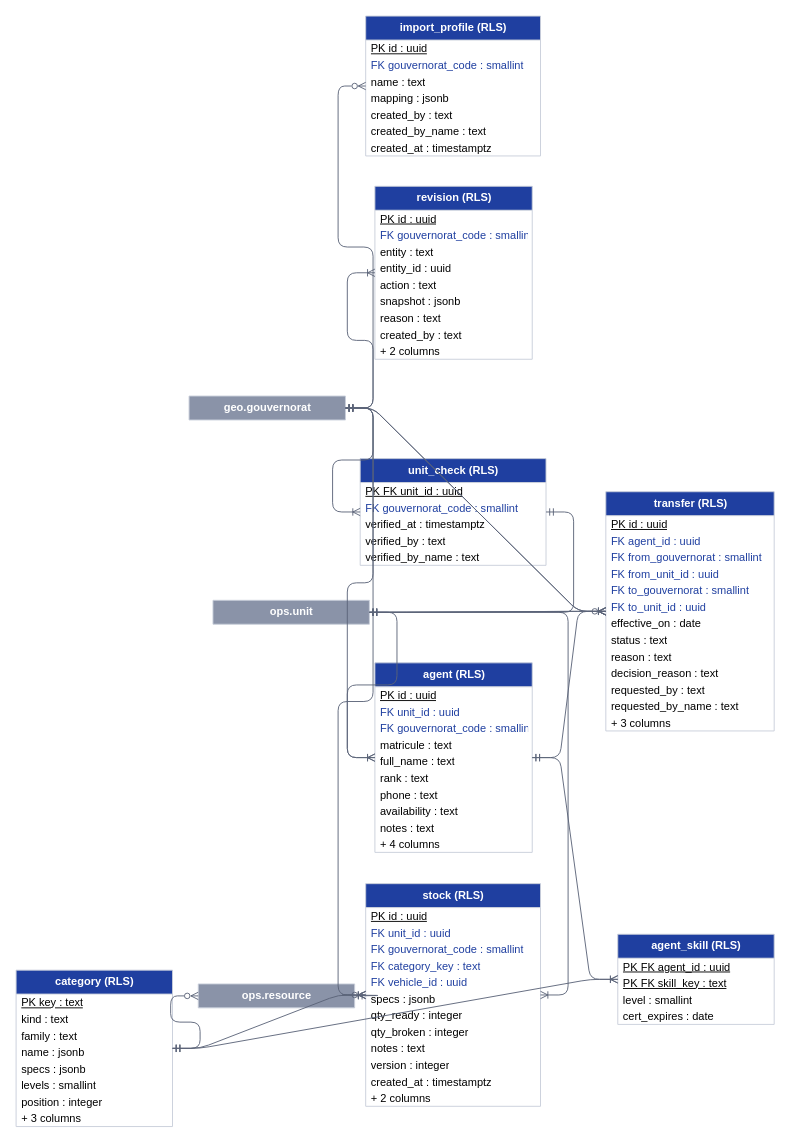
Before: page "inv" (19 of 38) of docs/data-model/e-Himaya_Database.drawio in mouhabouk/E-HIMAYA, a draw.io diagram. Source tidied: cells renumbered, new cells numbered last; positions are measured from the earlier drawing's top-left corner, leaving out a move shared by most shapes. Both pictures are drawn from the tidied source at 92%, with x=0, y=0 at pixel (16, 16).
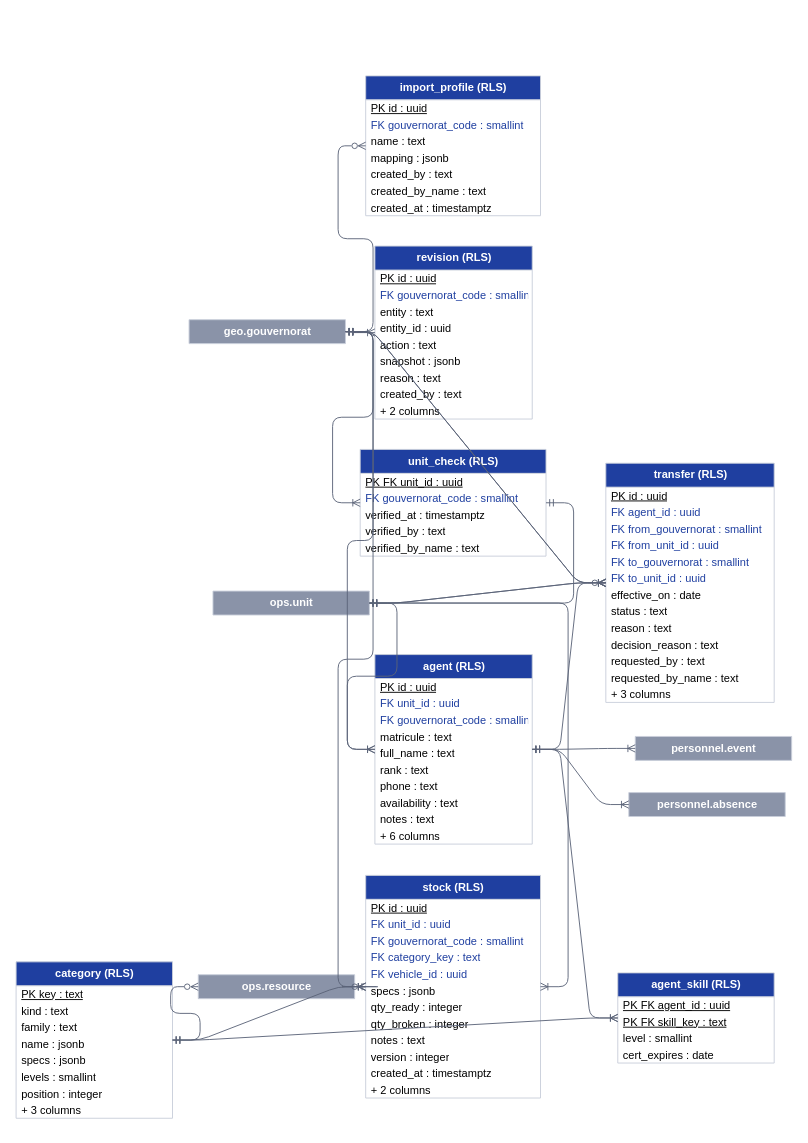
The same diagram, later.

The edit, as a diff of the source:
```diff
@@
     <mxCell id="2" value="agent (RLS)" style="swimlane;fontStyle=1;horizontal=1;startSize=26;html=1;fillColor=#1F3FA0;fontColor=#FFFFFF;strokeColor=#C9CEDA;swimlaneFillColor=#FFFFFF;" parent="1" vertex="1">
-      <mxGeometry x="390" y="703" width="171" height="206" as="geometry" />
+      <mxGeometry x="390" y="694" width="171" height="206" as="geometry" />
     </mxCell>
@@
-    <mxCell id="12" value="+ 4 columns" style="text;strokeColor=none;fillColor=none;align=left;verticalAlign=middle;spacingLeft=4;spacingRight=4;overflow=hidden;html=1;" parent="2" vertex="1">
+    <mxCell id="12" value="+ 6 columns" style="text;strokeColor=none;fillColor=none;align=left;verticalAlign=middle;spacingLeft=4;spacingRight=4;overflow=hidden;html=1;" parent="2" vertex="1">
       <mxGeometry y="188" width="171" height="18" as="geometry" />
     </mxCell>
     <mxCell id="13" value="agent_skill (RLS)" style="swimlane;fontStyle=1;horizontal=1;startSize=26;html=1;fillColor=#1F3FA0;fontColor=#FFFFFF;strokeColor=#C9CEDA;swimlaneFillColor=#FFFFFF;" parent="1" vertex="1">
-      <mxGeometry x="654" y="998" width="170" height="98" as="geometry" />
+      <mxGeometry x="654" y="1040" width="170" height="98" as="geometry" />
     </mxCell>
@@
     <mxCell id="18" value="category (RLS)" style="swimlane;fontStyle=1;horizontal=1;startSize=26;html=1;fillColor=#1F3FA0;fontColor=#FFFFFF;strokeColor=#C9CEDA;swimlaneFillColor=#FFFFFF;" parent="1" vertex="1">
-      <mxGeometry y="1037" width="170" height="170" as="geometry" />
+      <mxGeometry y="1028" width="170" height="170" as="geometry" />
     </mxCell>
@@
     <mxCell id="27" value="import_profile (RLS)" style="swimlane;fontStyle=1;horizontal=1;startSize=26;html=1;fillColor=#1F3FA0;fontColor=#FFFFFF;strokeColor=#C9CEDA;swimlaneFillColor=#FFFFFF;" parent="1" vertex="1">
-      <mxGeometry x="380" width="190" height="152" as="geometry" />
+      <mxGeometry x="380" y="65" width="190" height="152" as="geometry" />
     </mxCell>
@@
     <mxCell id="35" value="revision (RLS)" style="swimlane;fontStyle=1;horizontal=1;startSize=26;html=1;fillColor=#1F3FA0;fontColor=#FFFFFF;strokeColor=#C9CEDA;swimlaneFillColor=#FFFFFF;" parent="1" vertex="1">
-      <mxGeometry x="390" y="185" width="171" height="188" as="geometry" />
+      <mxGeometry x="390" y="250" width="171" height="188" as="geometry" />
     </mxCell>
@@
     <mxCell id="45" value="stock (RLS)" style="swimlane;fontStyle=1;horizontal=1;startSize=26;html=1;fillColor=#1F3FA0;fontColor=#FFFFFF;strokeColor=#C9CEDA;swimlaneFillColor=#FFFFFF;" parent="1" vertex="1">
-      <mxGeometry x="380" y="943" width="190" height="242" as="geometry" />
+      <mxGeometry x="380" y="934" width="190" height="242" as="geometry" />
     </mxCell>
@@
     <mxCell id="58" value="transfer (RLS)" style="swimlane;fontStyle=1;horizontal=1;startSize=26;html=1;fillColor=#1F3FA0;fontColor=#FFFFFF;strokeColor=#C9CEDA;swimlaneFillColor=#FFFFFF;" parent="1" vertex="1">
-      <mxGeometry x="641" y="517" width="183" height="260" as="geometry" />
+      <mxGeometry x="641" y="486" width="183" height="260" as="geometry" />
     </mxCell>
@@
     <mxCell id="72" value="unit_check (RLS)" style="swimlane;fontStyle=1;horizontal=1;startSize=26;html=1;fillColor=#1F3FA0;fontColor=#FFFFFF;strokeColor=#C9CEDA;swimlaneFillColor=#FFFFFF;" parent="1" vertex="1">
-      <mxGeometry x="374" y="481" width="202" height="116" as="geometry" />
+      <mxGeometry x="374" y="471" width="202" height="116" as="geometry" />
     </mxCell>
@@
     <mxCell id="78" value="geo.gouvernorat" style="swimlane;fontStyle=1;horizontal=1;startSize=26;html=1;fillColor=#8A93A8;fontColor=#FFFFFF;strokeColor=#C9CEDA;swimlaneFillColor=#FFFFFF;" parent="1" vertex="1">
-      <mxGeometry x="188" y="413" width="170" height="26" as="geometry" />
+      <mxGeometry x="188" y="330" width="170" height="26" as="geometry" />
     </mxCell>
     <mxCell id="79" value="ops.resource" style="swimlane;fontStyle=1;horizontal=1;startSize=26;html=1;fillColor=#8A93A8;fontColor=#FFFFFF;strokeColor=#C9CEDA;swimlaneFillColor=#FFFFFF;" parent="1" vertex="1">
-      <mxGeometry x="198" y="1052" width="170" height="26" as="geometry" />
+      <mxGeometry x="198" y="1042" width="170" height="26" as="geometry" />
     </mxCell>
     <mxCell id="80" value="ops.unit" style="swimlane;fontStyle=1;horizontal=1;startSize=26;html=1;fillColor=#8A93A8;fontColor=#FFFFFF;strokeColor=#C9CEDA;swimlaneFillColor=#FFFFFF;" parent="1" vertex="1">
-      <mxGeometry x="214" y="635" width="170" height="26" as="geometry" />
+      <mxGeometry x="214" y="625" width="170" height="26" as="geometry" />
     </mxCell>
+    <mxCell id="99" value="personnel.absence" style="swimlane;fontStyle=1;horizontal=1;startSize=26;html=1;fillColor=#8A93A8;fontColor=#FFFFFF;strokeColor=#C9CEDA;swimlaneFillColor=#FFFFFF;" parent="1" vertex="1">
+      <mxGeometry x="666" y="844" width="170" height="26" as="geometry" />
+    </mxCell>
+    <mxCell id="100" value="personnel.event" style="swimlane;fontStyle=1;horizontal=1;startSize=26;html=1;fillColor=#8A93A8;fontColor=#FFFFFF;strokeColor=#C9CEDA;swimlaneFillColor=#FFFFFF;" parent="1" vertex="1">
+      <mxGeometry x="673" y="783" width="170" height="26" as="geometry" />
+    </mxCell>
@@
+    <mxCell id="101" style="edgeStyle=entityRelationEdgeStyle;html=1;endArrow=ERmandOne;startArrow=ERoneToMany;strokeColor=#5B6478;endFill=0;startFill=0;" parent="1" edge="1" source="99" target="2">
+      <mxGeometry relative="1" as="geometry" />
+    </mxCell>
+    <mxCell id="102" style="edgeStyle=entityRelationEdgeStyle;html=1;endArrow=ERmandOne;startArrow=ERoneToMany;strokeColor=#5B6478;endFill=0;startFill=0;" parent="1" edge="1" source="100" target="2">
+      <mxGeometry relative="1" as="geometry" />
+    </mxCell>
```
